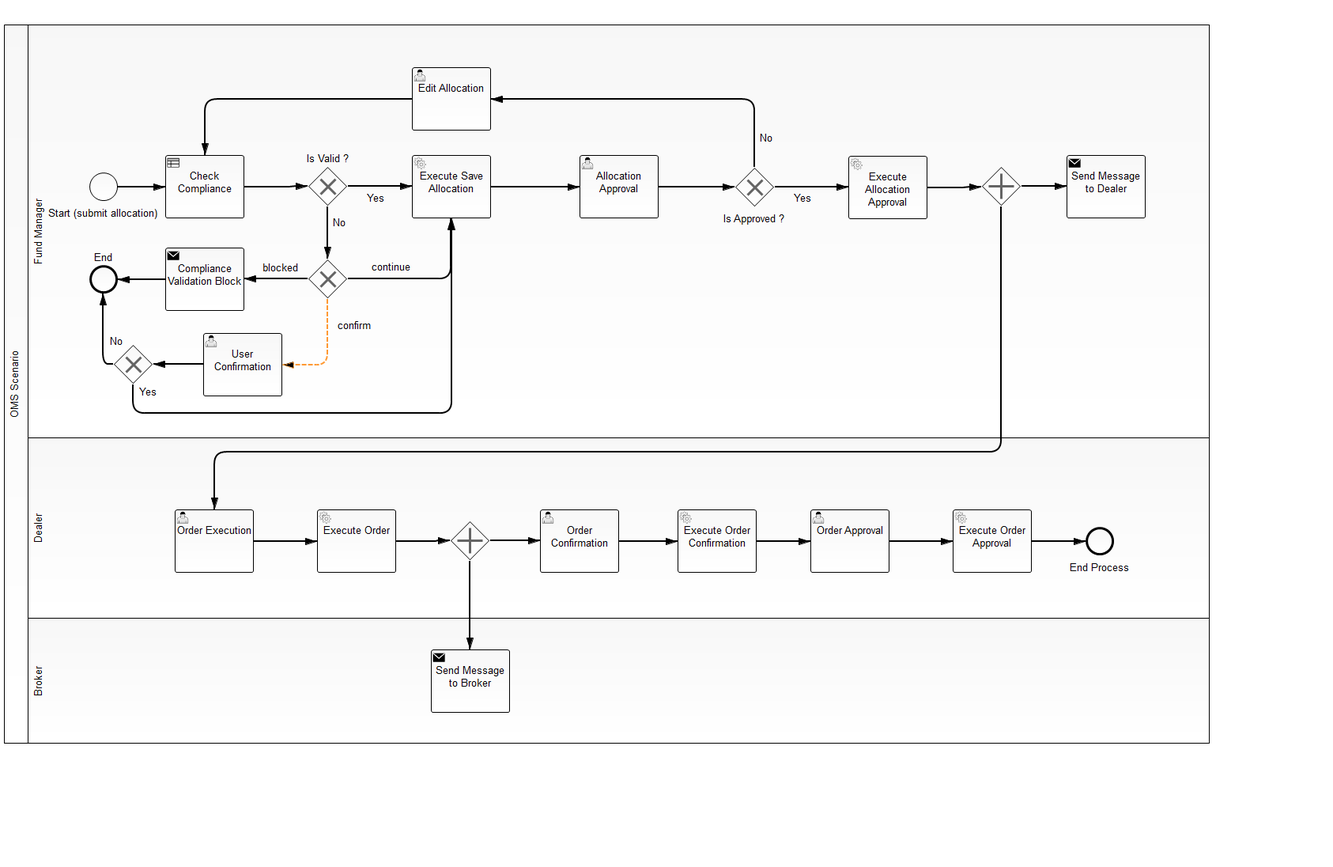
doenikoe/workflow keeps this BPMN diagram as src/main/resources/oms-scenario.png. Above is the earlier version. Its source is kept beside it as src/main/resources/oms-scenario.bpmn. Ids are renumbered.
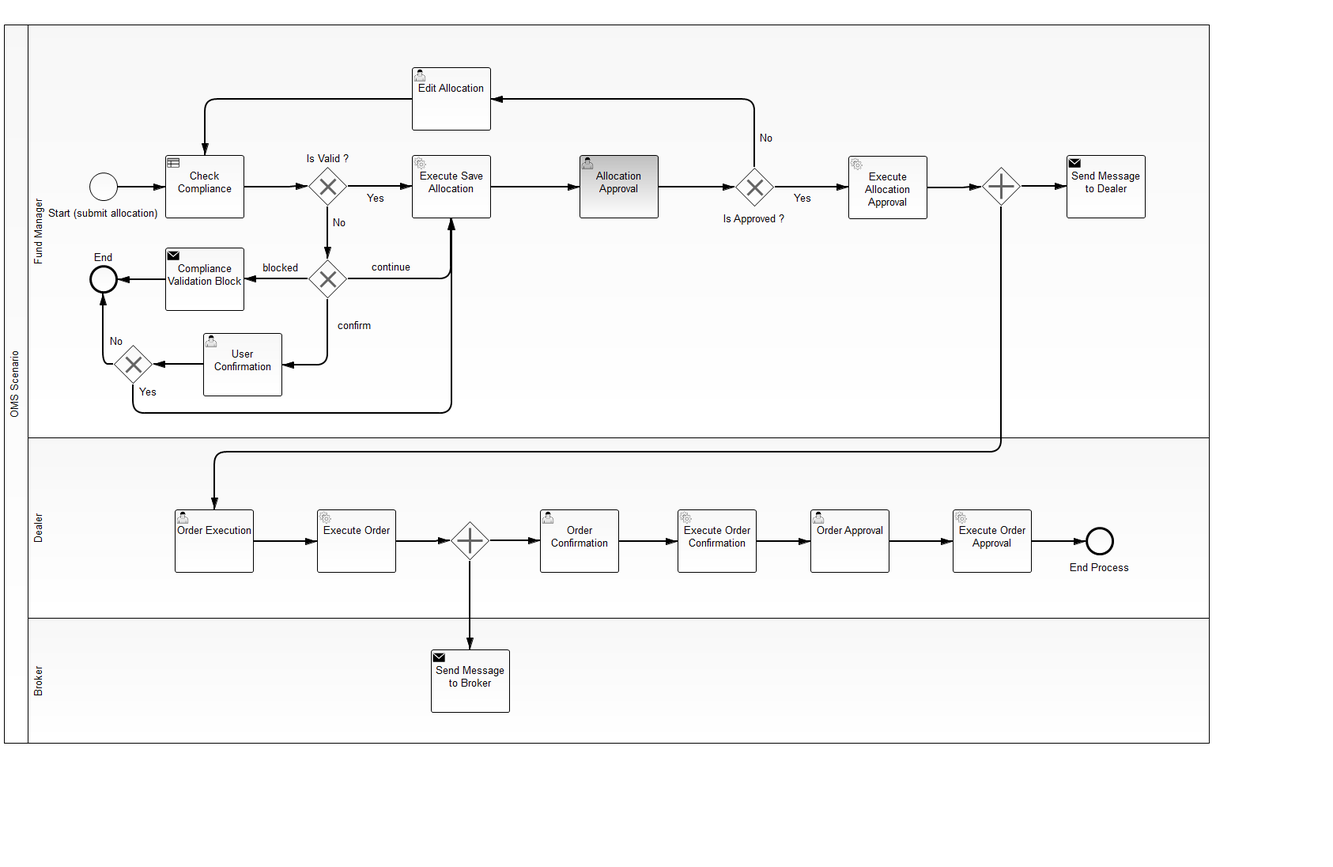
Later version of the same file.

The edit, as a diff of the source:
```diff
@@ -103,22 +103,9 @@
     <bpmn2:startEvent id="StartEvent_1" name="Start (submit allocation)">
       <bpmn2:extensionElements>
         <camunda:formData>
-          <camunda:formField id="Date" label="Date" type="string"/>
-          <camunda:formField id="DealType" label="DealType" type="string"/>
-          <camunda:formField id="InstrumentCode" label="InstrumentCode" type="string"/>
-          <camunda:formField id="InvClass" label="InvClass" type="string"/>
-          <camunda:formField id="MFValueType" label="MFValueType" type="string"/>
-          <camunda:formField id="OrderNo" label="OrderNo" type="string" defaultValue="0"/>
-          <camunda:formField id="OrderPeriod" label="OrderPeriod" type="string"/>
-          <camunda:formField id="OrderType" label="OrderType" type="string"/>
-          <camunda:formField id="Price" label="Price" type="string"/>
-          <camunda:formField id="Remarks" label="Remarks" type="string"/>
-          <camunda:formField id="TAllocation" label="TAllocation" type="string"/>
-          <camunda:formField id="TOrderID" label="TOrderID" type="string" defaultValue="0"/>
-          <camunda:formField id="Units" label="Units" type="string"/>
-          <camunda:formField id="sysCreatedBy" label="sysCreatedBy" type="string"/>
-          <camunda:formField id="sysModifiedBy" label="sysModifiedBy" type="string"/>
+          <camunda:formField id="jsonData" label="Data" type="string"/>
         </camunda:formData>
+        <camunda:executionListener class="org.camunda.bpm.praisindo.executionlistener.ComplianceDataIsolation" event="end"/>
       </bpmn2:extensionElements>
       <bpmn2:outgoing>SequenceFlow_9</bpmn2:outgoing>
     </bpmn2:startEvent>
@@ -152,10 +139,10 @@
     <bpmn2:userTask id="UserConfirmation" camunda:assignee="admin" name="User Confirmation">
       <bpmn2:documentation>Bypass validation warning (or not).</bpmn2:documentation>
       <bpmn2:extensionElements>
+        <camunda:taskListener class="org.camunda.bpm.praisindo.commonlib.UserConfirmation" event="assignment"/>
         <camunda:formData>
           <camunda:formField id="confirmed" label="Confirm" type="boolean" defaultValue="true"/>
         </camunda:formData>
-        <camunda:taskListener class="org.camunda.bpm.praisindo.commonlib.UserConfirmation" event="create"/>
       </bpmn2:extensionElements>
       <bpmn2:incoming>SequenceFlow_confirm</bpmn2:incoming>
       <bpmn2:outgoing>SequenceFlow_35</bpmn2:outgoing>
@@ -208,11 +195,6 @@
     </bpmn2:serviceTask>
     <bpmn2:sequenceFlow id="SequenceFlow_37" name="" sourceRef="Service_SaveAllocation" targetRef="AllocationApproval"/>
     <bpmn2:businessRuleTask id="ComplianceRule" camunda:class="org.camunda.bpm.praisindo.compliance.ComplianceCheckDelegate" name="Check Compliance">
-      <bpmn2:extensionElements>
-        <camunda:field name="validationData">
-          <camunda:string>TAllocation</camunda:string>
-        </camunda:field>
-      </bpmn2:extensionElements>
       <bpmn2:incoming>SequenceFlow_10</bpmn2:incoming>
       <bpmn2:incoming>SequenceFlow_9</bpmn2:incoming>
       <bpmn2:outgoing>SequenceFlow_4</bpmn2:outgoing>
@@ -254,7 +236,6 @@
         <camunda:formData>
           <camunda:formField id="orderID" label="Order ID" type="string"/>
           <camunda:formField id="approved" label="Approve" type="boolean" defaultValue="true"/>
-          <camunda:formField id="taskDetailUrl" label="Approval URL" type="string" defaultValue="/oms-order/approval"/>
         </camunda:formData>
       </bpmn2:extensionElements>
       <bpmn2:incoming>SequenceFlow_37</bpmn2:incoming>
```
